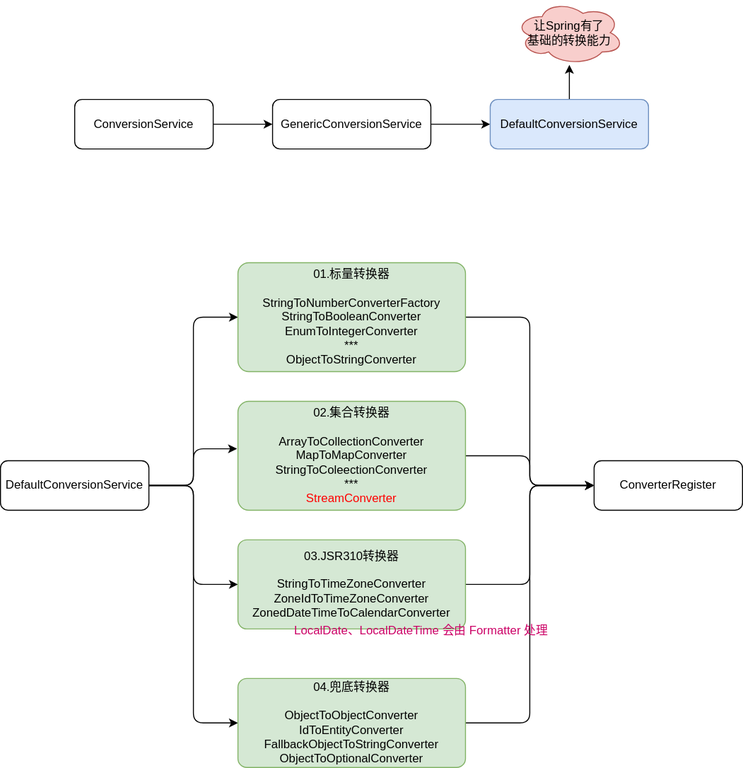
Before: diagrams/spring/type-convert/03.conversion-service.svg, a diagram exported from draw.io (Alice52/diagrams). Source tidied: cells renumbered, new cells last; positions are measured from the earlier drawing's top-left corner, leaving out a move shared by most shapes.
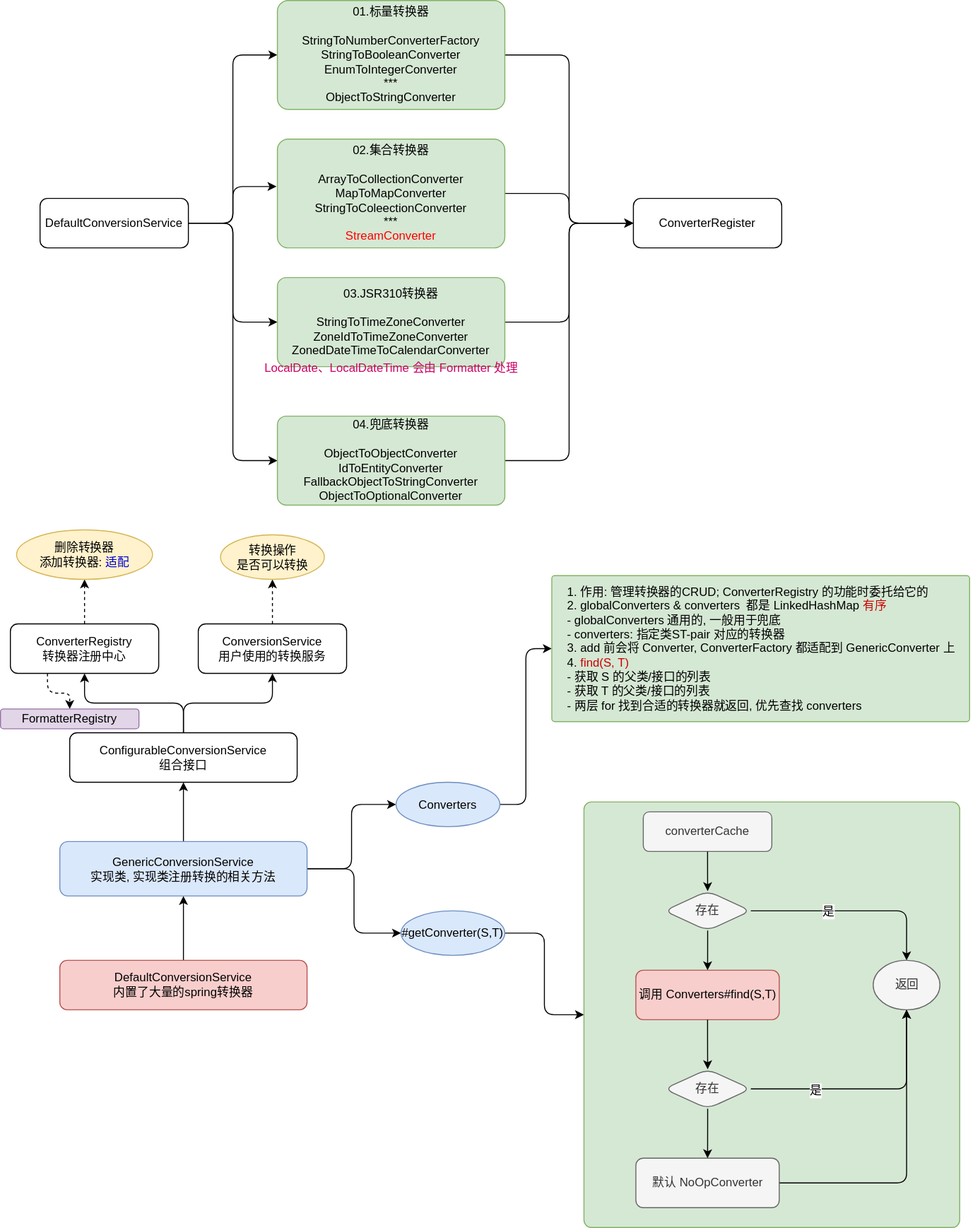
After the commit.

Commit message:
spring: add typeconverter of conversionservice note

What changed in the source:
```diff
@@ -2,27 +2,6 @@
   <root>
     <mxCell id="0" />
     <mxCell id="1" parent="0" />
-    <mxCell id="2" style="edgeStyle=orthogonalEdgeStyle;rounded=0;jettySize=auto;html=1;" parent="1" edge="1" source="3" target="5">
-      <mxGeometry relative="1" as="geometry" />
-    </mxCell>
-    <mxCell id="3" value="ConversionService" style="rounded=1;whiteSpace=wrap;html=1;" parent="1" vertex="1">
-      <mxGeometry x="75" y="100" width="140" height="50" as="geometry" />
-    </mxCell>
-    <mxCell id="4" style="edgeStyle=orthogonalEdgeStyle;rounded=0;jettySize=auto;html=1;" parent="1" edge="1" source="5" target="7">
-      <mxGeometry relative="1" as="geometry" />
-    </mxCell>
-    <mxCell id="5" value="GenericConversionService" style="rounded=1;whiteSpace=wrap;html=1;" parent="1" vertex="1">
-      <mxGeometry x="275" y="100" width="160" height="50" as="geometry" />
-    </mxCell>
-    <mxCell id="6" style="edgeStyle=orthogonalEdgeStyle;rounded=0;jettySize=auto;html=1;" parent="1" edge="1" source="7" target="8">
-      <mxGeometry relative="1" as="geometry" />
-    </mxCell>
-    <mxCell id="7" value="DefaultConversionService" style="rounded=1;whiteSpace=wrap;html=1;fillColor=#dae8fc;strokeColor=#6c8ebf;" parent="1" vertex="1">
-      <mxGeometry x="495" y="100" width="160" height="50" as="geometry" />
-    </mxCell>
-    <mxCell id="8" value="让Spring有了&lt;br&gt;基础的转换能力" style="ellipse;shape=cloud;whiteSpace=wrap;html=1;rounded=1;fillColor=#f8cecc;strokeColor=#b85450;" parent="1" vertex="1">
-      <mxGeometry x="520" width="110" height="65" as="geometry" />
-    </mxCell>
     <mxCell id="9" style="edgeStyle=orthogonalEdgeStyle;rounded=1;jettySize=auto;html=1;entryX=0;entryY=0.5;entryDx=0;entryDy=0;" parent="1" edge="1" source="13" target="15">
       <mxGeometry relative="1" as="geometry" />
     </mxCell>
@@ -66,7 +45,127 @@
       <mxGeometry x="600" y="465" width="150" height="50" as="geometry" />
     </mxCell>
     <mxCell id="23" value="&lt;font color=&quot;#cc0066&quot;&gt;LocalDate、LocalDateTime 会由 Formatter 处理&lt;/font&gt;" style="text;html=1;align=center;verticalAlign=middle;strokeColor=none;" parent="1" vertex="1">
-      <mxGeometry x="290" y="627" width="270" height="20" as="geometry" />
+      <mxGeometry x="220" y="627" width="270" height="20" as="geometry" />
     </mxCell>
+    <mxCell id="24" style="edgeStyle=orthogonalEdgeStyle;rounded=0;jettySize=auto;html=1;" parent="1" edge="1" source="25" target="29">
+      <mxGeometry relative="1" as="geometry" />
+    </mxCell>
+    <mxCell id="25" value="DefaultConversionService&lt;br&gt;内置了大量的spring转换器" style="rounded=1;whiteSpace=wrap;html=1;fillColor=#f8cecc;strokeColor=#b85450;" parent="1" vertex="1">
+      <mxGeometry x="20" y="1235" width="250" height="50" as="geometry" />
+    </mxCell>
+    <mxCell id="26" style="edgeStyle=orthogonalEdgeStyle;rounded=0;jettySize=auto;html=1;" parent="1" edge="1" source="29" target="32">
+      <mxGeometry relative="1" as="geometry" />
+    </mxCell>
+    <mxCell id="27" style="edgeStyle=orthogonalEdgeStyle;rounded=1;jettySize=auto;html=1;strokeColor=#000000;entryX=0;entryY=0.5;entryDx=0;entryDy=0;" parent="1" edge="1" source="29" target="45">
+      <mxGeometry relative="1" as="geometry" />
+    </mxCell>
+    <mxCell id="28" style="edgeStyle=orthogonalEdgeStyle;rounded=1;jettySize=auto;html=1;entryX=0;entryY=0.5;entryDx=0;entryDy=0;strokeColor=#000000;" parent="1" edge="1" source="29" target="42">
+      <mxGeometry relative="1" as="geometry" />
+    </mxCell>
+    <mxCell id="29" value="GenericConversionService&lt;br&gt;实现类, 实现类注册转换的相关方法" style="rounded=1;whiteSpace=wrap;html=1;fillColor=#dae8fc;strokeColor=#6c8ebf;" parent="1" vertex="1">
+      <mxGeometry x="20" y="1115" width="250" height="55" as="geometry" />
+    </mxCell>
+    <mxCell id="30" style="edgeStyle=orthogonalEdgeStyle;rounded=1;jettySize=auto;html=1;" parent="1" edge="1" source="32" target="35">
+      <mxGeometry relative="1" as="geometry" />
+    </mxCell>
+    <mxCell id="31" style="edgeStyle=orthogonalEdgeStyle;rounded=1;jettySize=auto;html=1;entryX=0.5;entryY=1;entryDx=0;entryDy=0;" parent="1" edge="1" source="32" target="37">
+      <mxGeometry relative="1" as="geometry" />
+    </mxCell>
+    <mxCell id="32" value="ConfigurableConversionService&lt;br&gt;组合接口" style="rounded=1;whiteSpace=wrap;html=1;" parent="1" vertex="1">
+      <mxGeometry x="30" y="1005" width="230" height="50" as="geometry" />
+    </mxCell>
+    <mxCell id="33" style="edgeStyle=orthogonalEdgeStyle;rounded=1;jettySize=auto;html=1;exitX=0.25;exitY=1;exitDx=0;exitDy=0;entryX=0.5;entryY=0;entryDx=0;entryDy=0;strokeColor=#000000;dashed=1;" parent="1" edge="1" source="35" target="38">
+      <mxGeometry relative="1" as="geometry" />
+    </mxCell>
+    <mxCell id="34" style="edgeStyle=orthogonalEdgeStyle;rounded=1;jettySize=auto;html=1;dashed=1;strokeColor=#000000;" parent="1" edge="1" source="35" target="39">
+      <mxGeometry relative="1" as="geometry" />
+    </mxCell>
+    <mxCell id="35" value="ConverterRegistry&lt;br&gt;转换器注册中心" style="rounded=1;whiteSpace=wrap;html=1;" parent="1" vertex="1">
+      <mxGeometry x="-30" y="895" width="150" height="50" as="geometry" />
+    </mxCell>
+    <mxCell id="36" style="edgeStyle=orthogonalEdgeStyle;rounded=1;jettySize=auto;html=1;dashed=1;strokeColor=#000000;" parent="1" edge="1" source="37" target="40">
+      <mxGeometry relative="1" as="geometry" />
+    </mxCell>
+    <mxCell id="37" value="ConversionService&lt;br&gt;用户使用的转换服务" style="rounded=1;whiteSpace=wrap;html=1;" parent="1" vertex="1">
+      <mxGeometry x="160" y="895" width="150" height="50" as="geometry" />
+    </mxCell>
+    <mxCell id="38" value="FormatterRegistry" style="rounded=1;whiteSpace=wrap;html=1;fillColor=#e1d5e7;strokeColor=#9673a6;" parent="1" vertex="1">
+      <mxGeometry x="-40" y="981" width="140" height="20" as="geometry" />
+    </mxCell>
+    <mxCell id="39" value="删除转换器&lt;br&gt;添加转换器: &lt;font color=&quot;#0000cc&quot;&gt;适配&lt;/font&gt;" style="ellipse;whiteSpace=wrap;html=1;rounded=1;fillColor=#fff2cc;strokeColor=#d6b656;" parent="1" vertex="1">
+      <mxGeometry x="-23.8" y="800" width="137.5" height="50" as="geometry" />
+    </mxCell>
+    <mxCell id="40" value="转换操作&lt;span&gt;&lt;br&gt;是否可以转换&lt;/span&gt;" style="ellipse;whiteSpace=wrap;html=1;rounded=1;fillColor=#fff2cc;strokeColor=#d6b656;" parent="1" vertex="1">
+      <mxGeometry x="182.5" y="805" width="105" height="45" as="geometry" />
+    </mxCell>
+    <mxCell id="41" style="edgeStyle=orthogonalEdgeStyle;rounded=1;jettySize=auto;html=1;strokeColor=#000000;entryX=0;entryY=0.5;entryDx=0;entryDy=0;" parent="1" edge="1" source="42" target="43">
+      <mxGeometry relative="1" as="geometry" />
+    </mxCell>
+    <mxCell id="42" value="Converters&amp;nbsp;" style="ellipse;whiteSpace=wrap;html=1;rounded=1;fillColor=#dae8fc;strokeColor=#6c8ebf;" parent="1" vertex="1">
+      <mxGeometry x="360" y="1055" width="105" height="45" as="geometry" />
+    </mxCell>
+    <mxCell id="43" value="&lt;div style=&quot;text-align: left&quot;&gt;&lt;span&gt;1. 作用: 管理转换器的CRUD; ConverterRegistry 的功能时委托给它的&lt;/span&gt;&lt;/div&gt;&lt;div style=&quot;text-align: left&quot;&gt;2.&amp;nbsp;globalConverters &amp;amp;&amp;nbsp;&lt;span&gt;converters&amp;nbsp; 都是 LinkedHashMap &lt;font color=&quot;#cc0000&quot;&gt;有序&lt;/font&gt;&lt;/span&gt;&lt;/div&gt;&lt;div style=&quot;text-align: left&quot;&gt;&lt;font color=&quot;#cc0000&quot;&gt;&amp;nbsp; &amp;nbsp; &lt;/font&gt;&lt;font color=&quot;#000000&quot;&gt;- globalConverters 通用的, 一般用于兜底&lt;/font&gt;&lt;/div&gt;&lt;div style=&quot;text-align: left&quot;&gt;&lt;span&gt;&lt;font color=&quot;#000000&quot;&gt;&amp;nbsp; &amp;nbsp; - converters: 指定类ST-pair 对应的转换器&lt;/font&gt;&lt;/span&gt;&lt;/div&gt;&lt;div style=&quot;text-align: left&quot;&gt;&lt;span&gt;&lt;font color=&quot;#000000&quot;&gt;3. add 前会将 Converter, ConverterFactory 都适配到 GenericConverter 上&lt;/font&gt;&lt;/span&gt;&lt;/div&gt;&lt;div style=&quot;text-align: left&quot;&gt;&lt;font color=&quot;#000000&quot;&gt;4. &lt;/font&gt;&lt;font color=&quot;#cc0000&quot;&gt;find(S, T)&lt;/font&gt;&lt;/div&gt;&lt;div style=&quot;text-align: left&quot;&gt;&lt;font color=&quot;#000000&quot;&gt;&amp;nbsp; &amp;nbsp; &amp;nbsp;- 获取 S 的父类/接口的列表&lt;/font&gt;&lt;/div&gt;&lt;div style=&quot;text-align: left&quot;&gt;&lt;font color=&quot;#000000&quot;&gt;&amp;nbsp; &amp;nbsp; &amp;nbsp;- 获取 T 的父类/接口的列表&lt;/font&gt;&lt;/div&gt;&lt;div style=&quot;text-align: left&quot;&gt;&lt;font color=&quot;#000000&quot;&gt;&amp;nbsp; &amp;nbsp; &amp;nbsp;- 两层 for 找到合适的转换器就返回, 优先查找 converters&lt;/font&gt;&lt;/div&gt;" style="whiteSpace=wrap;html=1;rounded=1;strokeColor=#82b366;fillColor=#d5e8d4;arcSize=2;" parent="1" vertex="1">
+      <mxGeometry x="517.5" y="846.2" width="422.5" height="147.5" as="geometry" />
+    </mxCell>
+    <mxCell id="44" style="edgeStyle=orthogonalEdgeStyle;rounded=1;jettySize=auto;html=1;strokeColor=#000000;" parent="1" edge="1" source="45" target="47">
+      <mxGeometry relative="1" as="geometry" />
+    </mxCell>
+    <mxCell id="45" value="#getConverter(S,T)" style="ellipse;whiteSpace=wrap;html=1;rounded=1;fillColor=#dae8fc;strokeColor=#6c8ebf;" parent="1" vertex="1">
+      <mxGeometry x="365" y="1185" width="105" height="45" as="geometry" />
+    </mxCell>
+    <mxCell id="46" style="group;" parent="1" vertex="1">
+      <mxGeometry x="550" y="1075" width="400" height="430" as="geometry" />
+    </mxCell>
+    <mxCell id="47" value="&lt;div style=&quot;text-align: left&quot;&gt;&lt;br&gt;&lt;/div&gt;" style="whiteSpace=wrap;html=1;rounded=1;strokeColor=#82b366;fillColor=#d5e8d4;arcSize=2;" parent="46" vertex="1">
+      <mxGeometry width="380" height="430" as="geometry" />
+    </mxCell>
+    <mxCell id="48" style="group;" parent="46" vertex="1">
+      <mxGeometry x="52.5" y="10" width="347.5" height="410" as="geometry" />
+    </mxCell>
+    <mxCell id="49" value="converterCache" style="rounded=1;whiteSpace=wrap;html=1;fillColor=#f5f5f5;strokeColor=#666666;fontColor=#333333;" parent="48" vertex="1">
+      <mxGeometry x="7.5" width="130" height="40" as="geometry" />
+    </mxCell>
+    <mxCell id="50" value="存在" style="rhombus;whiteSpace=wrap;html=1;rounded=1;fontColor=#333333;strokeColor=#666666;fillColor=#f5f5f5;" parent="48" vertex="1">
+      <mxGeometry x="28.8" y="80" width="87.5" height="40" as="geometry" />
+    </mxCell>
+    <mxCell id="51" style="edgeStyle=orthogonalEdgeStyle;rounded=1;jettySize=auto;html=1;strokeColor=#000000;" parent="48" edge="1" source="49" target="50">
+      <mxGeometry relative="1" as="geometry" />
+    </mxCell>
+    <mxCell id="52" value="返回" style="ellipse;whiteSpace=wrap;html=1;rounded=1;fontColor=#333333;strokeColor=#666666;fillColor=#f5f5f5;" parent="48" vertex="1">
+      <mxGeometry x="240" y="150" width="67.5" height="50" as="geometry" />
+    </mxCell>
+    <mxCell id="53" style="edgeStyle=orthogonalEdgeStyle;rounded=1;jettySize=auto;html=1;strokeColor=#000000;" parent="48" edge="1" source="50" target="52">
+      <mxGeometry relative="1" as="geometry" />
+    </mxCell>
+    <mxCell id="54" value="&lt;font style=&quot;font-size: 12px&quot;&gt;是&lt;/font&gt;" style="edgeLabel;html=1;align=center;verticalAlign=middle;" parent="53" vertex="1">
+      <mxGeometry x="-0.25" relative="1" as="geometry" />
+    </mxCell>
+    <mxCell id="55" value="调用 Converters#find(S,T)" style="whiteSpace=wrap;html=1;rounded=1;strokeColor=#b85450;fillColor=#f8cecc;" parent="48" vertex="1">
+      <mxGeometry y="160" width="145" height="50" as="geometry" />
+    </mxCell>
+    <mxCell id="56" style="edgeStyle=orthogonalEdgeStyle;rounded=1;jettySize=auto;html=1;strokeColor=#000000;" parent="48" edge="1" source="50" target="55">
+      <mxGeometry relative="1" as="geometry" />
+    </mxCell>
+    <mxCell id="57" style="edgeStyle=orthogonalEdgeStyle;rounded=1;jettySize=auto;html=1;entryX=0.5;entryY=1;entryDx=0;entryDy=0;strokeColor=#000000;" parent="48" edge="1" source="59" target="52">
+      <mxGeometry relative="1" as="geometry" />
+    </mxCell>
+    <mxCell id="58" value="&lt;font style=&quot;font-size: 12px&quot;&gt;是&lt;/font&gt;" style="edgeLabel;html=1;align=center;verticalAlign=middle;" parent="57" vertex="1">
+      <mxGeometry x="-0.45" y="-1" relative="1" as="geometry" />
+    </mxCell>
+    <mxCell id="59" value="存在" style="rhombus;whiteSpace=wrap;html=1;rounded=1;fontColor=#333333;strokeColor=#666666;fillColor=#f5f5f5;" parent="48" vertex="1">
+      <mxGeometry x="28.8" y="260" width="87.5" height="40" as="geometry" />
+    </mxCell>
+    <mxCell id="60" style="edgeStyle=orthogonalEdgeStyle;rounded=1;jettySize=auto;html=1;strokeColor=#000000;" parent="48" edge="1" source="55" target="59">
+      <mxGeometry relative="1" as="geometry" />
+    </mxCell>
+    <mxCell id="61" style="edgeStyle=orthogonalEdgeStyle;rounded=1;jettySize=auto;html=1;entryX=0.5;entryY=1;entryDx=0;entryDy=0;strokeColor=#000000;" parent="48" edge="1" source="62" target="52">
+      <mxGeometry relative="1" as="geometry" />
+    </mxCell>
+    <mxCell id="62" value="默认 NoOpConverter" style="whiteSpace=wrap;html=1;rounded=1;fontColor=#333333;strokeColor=#666666;fillColor=#f5f5f5;" parent="48" vertex="1">
+      <mxGeometry y="350" width="145" height="50" as="geometry" />
+    </mxCell>
+    <mxCell id="63" style="edgeStyle=orthogonalEdgeStyle;rounded=1;jettySize=auto;html=1;strokeColor=#000000;" parent="48" edge="1" source="59" target="62">
+      <mxGeometry relative="1" as="geometry" />
+    </mxCell>
   </root>
 </mxGraphModel>
```
